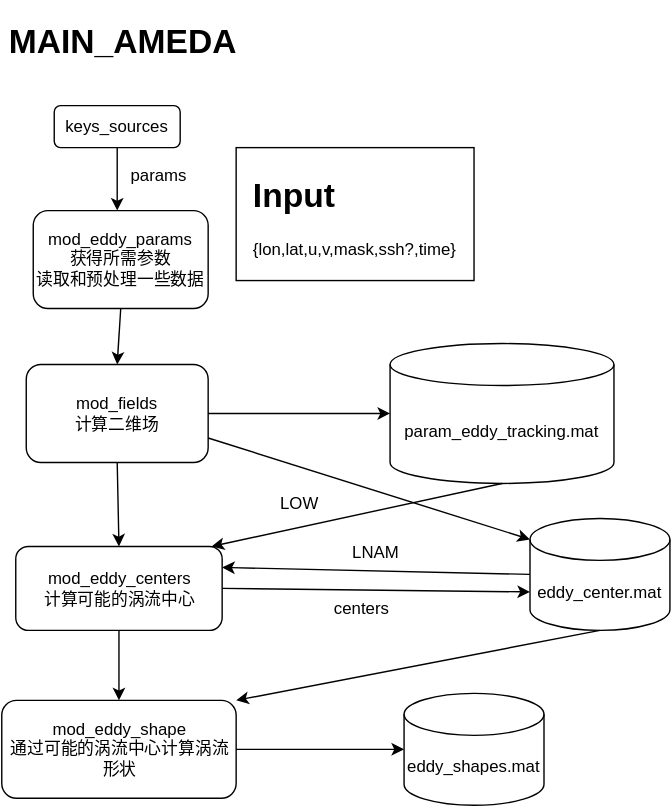
Before: AMEDA.drawio.svg, a diagram exported from draw.io (zaodushi/git-test). Source tidied: cells renumbered, new cells last; positions are measured from the earlier drawing's top-left corner, leaving out a move shared by most shapes.
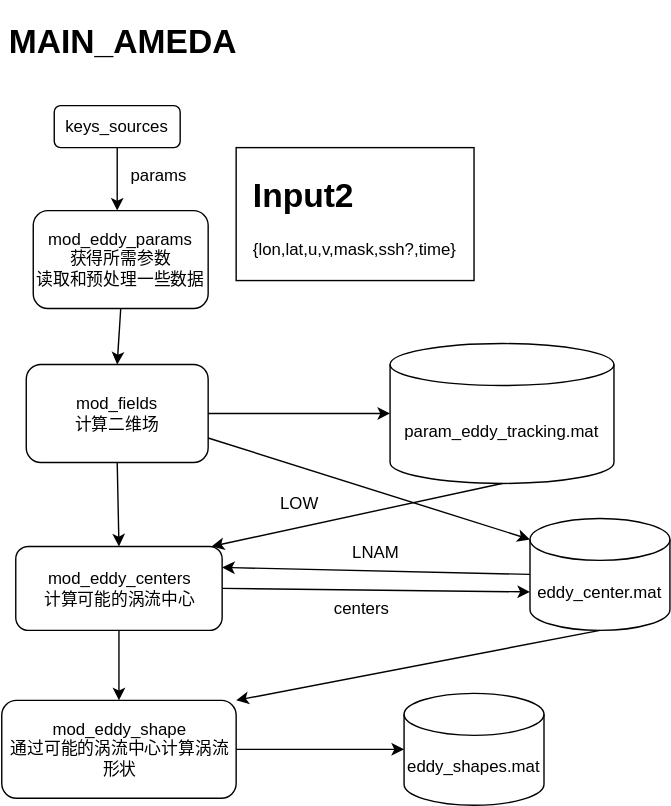
After the change.

Diff of the diagram source:
```diff
@@ -68,7 +68,7 @@
     <mxCell id="21" value="params" style="text;html=1;strokeColor=none;fillColor=none;align=center;verticalAlign=middle;whiteSpace=wrap;rounded=0;" parent="1" vertex="1">
       <mxGeometry x="83" y="100" width="60" height="30" as="geometry" />
     </mxCell>
-    <mxCell id="22" value="&lt;h1 style=&quot;text-align: left;&quot;&gt;Input&lt;/h1&gt;&lt;p style=&quot;text-align: left;&quot;&gt;{lon,lat,u,v,mask,ssh?,time}&lt;/p&gt;" style="rounded=0;whiteSpace=wrap;html=1;" parent="1" vertex="1">
+    <mxCell id="22" value="&lt;h1 style=&quot;text-align: left;&quot;&gt;Input2&lt;/h1&gt;&lt;p style=&quot;text-align: left;&quot;&gt;{lon,lat,u,v,mask,ssh?,time}&lt;/p&gt;" style="rounded=0;whiteSpace=wrap;html=1;" parent="1" vertex="1">
       <mxGeometry x="168" y="95" width="170" height="95" as="geometry" />
     </mxCell>
     <mxCell id="23" style="endArrow=classic;html=1;exitX=0;exitY=0.5;exitDx=0;exitDy=0;exitPerimeter=0;entryX=1;entryY=0.25;entryDx=0;entryDy=0;" parent="1" edge="1" source="14" target="8">
```
